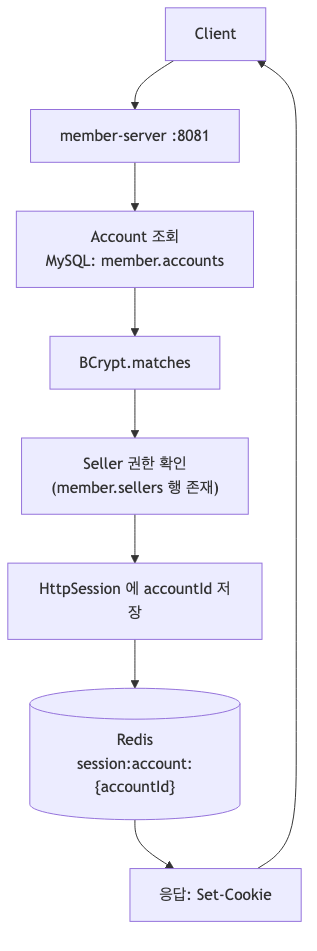
Above: mini-coupang/diagrams/img/04-seller-login.png in ing9990/deep-blog (Mermaid), before the change. Its source is kept beside it as mini-coupang/diagrams/src/04-seller-login.mmd. Its diagram source:
```mermaid
flowchart TD
    C["Client"] --> MS["member-server :8081"]
    MS --> A["Account 조회<br/>MySQL: member.accounts"]
    A --> B["BCrypt.matches"]
    B --> SP["Seller 권한 확인<br/>(member.sellers 행 존재)"]
    SP --> S["HttpSession 에 accountId 저장"]
    S --> R[("Redis<br/>session:account:{accountId}")]
    R --> Resp["응답: Set-Cookie"]
    Resp --> C
```
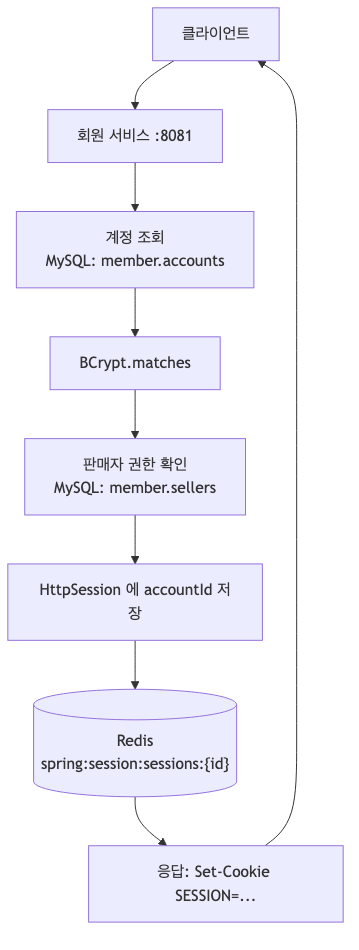
After the change.

Change to the diagram source:
```diff
@@ -1,9 +1,9 @@
 flowchart TD
-    C["Client"] --> MS["member-server :8081"]
-    MS --> A["Account 조회<br/>MySQL: member.accounts"]
+    C["클라이언트"] --> MS["회원 서비스 :8081"]
+    MS --> A["계정 조회<br/>MySQL: member.accounts"]
     A --> B["BCrypt.matches"]
-    B --> SP["Seller 권한 확인<br/>(member.sellers 행 존재)"]
+    B --> SP["판매자 권한 확인<br/>MySQL: member.sellers"]
     SP --> S["HttpSession 에 accountId 저장"]
-    S --> R[("Redis<br/>session:account:{accountId}")]
-    R --> Resp["응답: Set-Cookie"]
+    S --> R[("Redis<br/>spring:session:sessions:{id}")]
+    R --> Resp["응답: Set-Cookie SESSION=..."]
     Resp --> C
```
